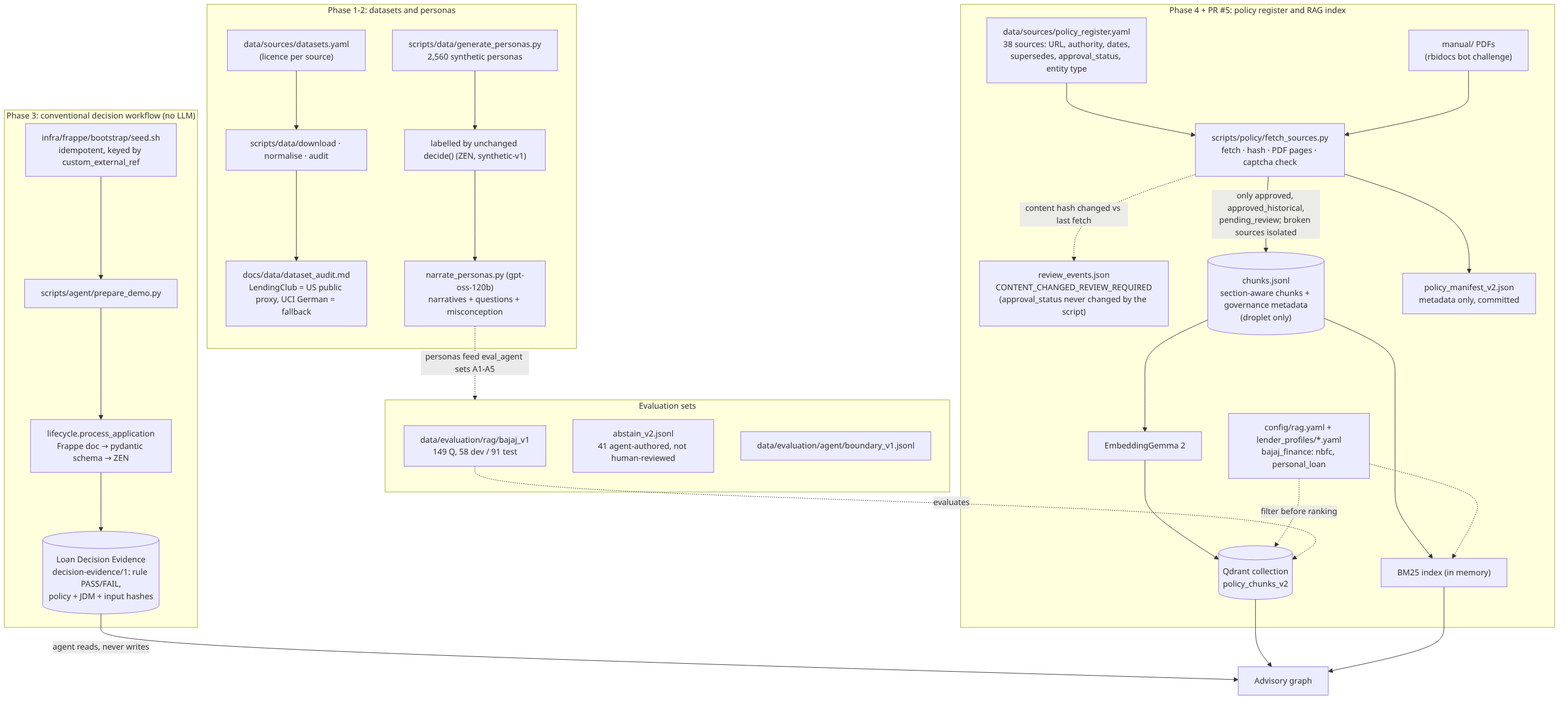
Narendarcodes/Load-Advisory-Agent keeps this Mermaid diagram as docs/architecture/diagrams/05-data-policy-ingestion.png. Above is the earlier version. Its source is kept beside it as docs/architecture/diagrams/05-data-policy-ingestion.mmd. Its diagram source:
```mermaid
flowchart TB
    subgraph DS["Phase 1-2: datasets and personas"]
        dsy["data/sources/datasets.yaml<br/>(licence per source)"]
        dl["scripts/data/download · normalise · audit"]
        audit["docs/data/dataset_audit.md<br/>LendingClub = US public proxy, UCI German = fallback"]
        gen["scripts/data/generate_personas.py<br/>2,560 synthetic personas"]
        lab["labelled by unchanged decide() (ZEN, synthetic-v1)"]
        nar["narrate_personas.py (gpt-oss-120b)<br/>narratives + questions + misconception"]
        dsy --> dl --> audit
        gen --> lab --> nar
    end

    subgraph DEC["Phase 3: conventional decision workflow (no LLM)"]
        seed["infra/frappe/bootstrap/seed.sh<br/>idempotent, keyed by custom_external_ref"]
        prep["scripts/agent/prepare_demo.py"]
        proc["lifecycle.process_application<br/>Frappe doc → pydantic schema → ZEN"]
        ev[("Loan Decision Evidence<br/>decision-evidence/1: rule PASS/FAIL,<br/>policy + JDM + input hashes")]
        seed --> prep --> proc --> ev
    end

    subgraph POL["Phase 4 + PR #5: policy register and RAG index"]
        regy["data/sources/policy_register.yaml<br/>38 sources: URL, authority, dates,<br/>supersedes, approval_status, entity type"]
        fetch["scripts/policy/fetch_sources.py<br/>fetch · hash · PDF pages · captcha check"]
        manual["manual/ PDFs<br/>(rbidocs bot challenge)"]
        revent["review_events.json<br/>CONTENT_CHANGED_REVIEW_REQUIRED<br/>(approval_status never changed by the script)"]
        chunks[("chunks.jsonl<br/>section-aware chunks + governance metadata<br/>(droplet only)")]
        manifest["policy_manifest_v2.json<br/>metadata only, committed"]
        embed["EmbeddingGemma 2"]
        qd[("Qdrant collection<br/>policy_chunks_v2")]
        bm["BM25 index (in memory)"]
        prof["config/rag.yaml + lender_profiles/*.yaml<br/>bajaj_finance: nbfc, personal_loan"]
        regy --> fetch
        manual --> fetch
        fetch -->|"only approved, approved_historical,<br/>pending_review; broken sources isolated"| chunks
        fetch -.->|"content hash changed vs last fetch"| revent
        fetch --> manifest
        chunks --> embed --> qd
        chunks --> bm
        prof -.->|filter before ranking| qd
        prof -.-> bm
    end

    subgraph EVAL["Evaluation sets"]
        bv1["data/evaluation/rag/bajaj_v1<br/>149 Q, 58 dev / 91 test"]
        ab2["abstain_v2.jsonl<br/>41 agent-authored, not human-reviewed"]
        bd["data/evaluation/agent/boundary_v1.jsonl"]
    end

    nar -.->|"personas feed eval_agent sets A1-A5"| EVAL
    bv1 -.->|evaluates| qd
    ev -->|agent reads, never writes| agent["Advisory graph"]
    qd --> agent
    bm --> agent
```
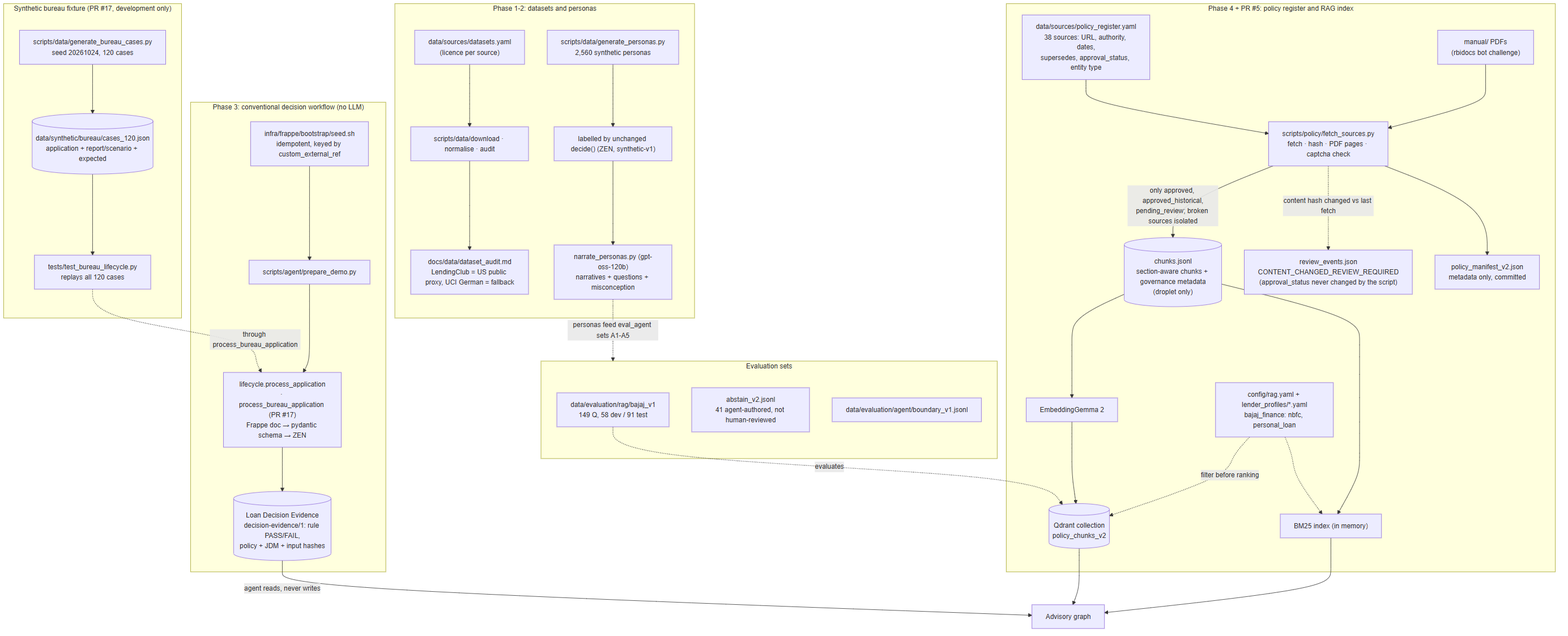
The same diagram one commit later.

Change to the diagram source:
```diff
@@ -13,7 +13,7 @@
     subgraph DEC["Phase 3: conventional decision workflow (no LLM)"]
         seed["infra/frappe/bootstrap/seed.sh<br/>idempotent, keyed by custom_external_ref"]
         prep["scripts/agent/prepare_demo.py"]
-        proc["lifecycle.process_application<br/>Frappe doc → pydantic schema → ZEN"]
+        proc["lifecycle.process_application<br/>· process_bureau_application (PR #17)<br/>Frappe doc → pydantic schema → ZEN"]
         ev[("Loan Decision Evidence<br/>decision-evidence/1: rule PASS/FAIL,<br/>policy + JDM + input hashes")]
         seed --> prep --> proc --> ev
     end
@@ -46,8 +46,16 @@
         bd["data/evaluation/agent/boundary_v1.jsonl"]
     end
 
+    subgraph BUR["Synthetic bureau fixture (PR #17, development only)"]
+        bgen["scripts/data/generate_bureau_cases.py<br/>seed 20261024, 120 cases"]
+        bfix[("data/synthetic/bureau/cases_120.json<br/>application + report/scenario + expected")]
+        btest["tests/test_bureau_lifecycle.py<br/>replays all 120 cases"]
+        bgen --> bfix --> btest
+    end
+
     nar -.->|"personas feed eval_agent sets A1-A5"| EVAL
     bv1 -.->|evaluates| qd
+    btest -.->|"through process_bureau_application"| proc
     ev -->|agent reads, never writes| agent["Advisory graph"]
     qd --> agent
     bm --> agent
```
